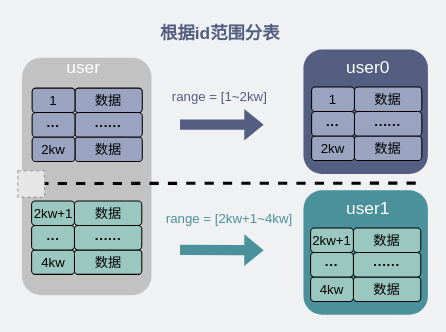
Above: network/根据id范围分表.drawio in xiaobaiTech/image (draw.io), before the change. Source tidied: cells renumbered, new cells numbered last; positions are measured from the earlier drawing's top-left corner, leaving out a move shared by most shapes. Both pictures are drawn from the tidied source at 102%, with x=0, y=0 at pixel (17, 17). Pictures stored in the file or linked from it are replaced by grey dashed boxes.
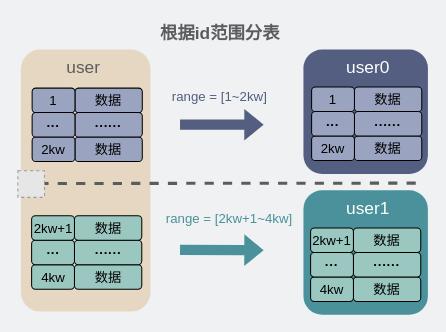
Above is the later version.

Commit message:
Update 根据id范围分表.drawio

What changed in the source:
```diff
@@
-    <mxCell id="4" style="rounded=1;whiteSpace=wrap;html=1;fillColor=#C2C2C2;strokeColor=none;fontSize=17;" parent="1" vertex="1">
-      <mxGeometry x="4" y="39" width="127" height="233" as="geometry" />
+    <mxCell id="4" style="rounded=1;whiteSpace=wrap;html=1;fillColor=#E6D7C2;strokeColor=none;fontSize=17;" parent="1" vertex="1">
+      <mxGeometry x="3" y="31" width="127" height="257" as="geometry" />
     </mxCell>
@@
-    <mxCell id="7" value="&lt;font color=&quot;#ffffff&quot; style=&quot;font-size: 17px;&quot;&gt;user&lt;/font&gt;" style="text;html=1;strokeColor=none;fillColor=none;align=center;verticalAlign=middle;whiteSpace=wrap;rounded=0;dashed=1;fontColor=#535E80;fontSize=17;" parent="1" vertex="1">
+    <mxCell id="7" value="&lt;font color=&quot;#5c5c5c&quot; style=&quot;font-size: 17px;&quot;&gt;user&lt;/font&gt;" style="text;html=1;strokeColor=none;fillColor=none;align=center;verticalAlign=middle;whiteSpace=wrap;rounded=0;dashed=1;fontColor=#535E80;fontSize=17;" parent="1" vertex="1">
       <mxGeometry x="36.5" y="39" width="55" height="22" as="geometry" />
     </mxCell>
-    <mxCell id="8" style="endArrow=none;dashed=1;html=1;rounded=0;strokeWidth=3;strokeColor=#000000;fontSize=17;" parent="1" edge="1">
+    <mxCell id="8" style="endArrow=none;dashed=1;html=1;rounded=0;strokeWidth=3;strokeColor=#5C5C5C;fontSize=17;" parent="1" edge="1">
       <mxGeometry relative="1" as="geometry">
         <mxPoint x="21.1" y="162.4" as="sourcePoint" />
         <mxPoint x="397" y="162" as="targetPoint" />
       </mxGeometry>
     </mxCell>
-    <mxCell id="9" value="&lt;font color=&quot;#535e80&quot;&gt;&lt;span style=&quot;font-size: 17px;&quot;&gt;&lt;b&gt;根据id范围分表&lt;/b&gt;&lt;/span&gt;&lt;/font&gt;" style="text;html=1;strokeColor=none;fillColor=none;align=center;verticalAlign=middle;whiteSpace=wrap;rounded=0;" parent="1" vertex="1">
+    <mxCell id="9" value="&lt;span style=&quot;font-size: 17px;&quot;&gt;&lt;b style=&quot;&quot;&gt;&lt;font color=&quot;#5c5c5c&quot;&gt;根据id范围分表&lt;/font&gt;&lt;/b&gt;&lt;/span&gt;" style="text;html=1;strokeColor=none;fillColor=none;align=center;verticalAlign=middle;whiteSpace=wrap;rounded=0;" parent="1" vertex="1">
       <mxGeometry x="136.5" width="123" height="31" as="geometry" />
     </mxCell>
@@
     <mxCell id="19" value="数据" style="rounded=1;whiteSpace=wrap;html=1;fillColor=#9AC7BF;strokeColor=default;fontColor=#000000;align=center;fontSize=13;" parent="1" vertex="1">
-      <mxGeometry x="55.5" y="227.5" width="66" height="24" as="geometry" />
+      <mxGeometry x="55.5" y="242" width="66" height="24" as="geometry" />
     </mxCell>
     <mxCell id="20" value="&lt;font style=&quot;font-size: 13px;&quot;&gt;4kw&lt;/font&gt;" style="rounded=1;whiteSpace=wrap;html=1;fillColor=#9AC7BF;strokeColor=default;fontColor=#000000;fontSize=13;" parent="1" vertex="1">
-      <mxGeometry x="13.5" y="227.5" width="42" height="24" as="geometry" />
+      <mxGeometry x="13.5" y="242" width="42" height="24" as="geometry" />
     </mxCell>
     <mxCell id="21" value="······" style="rounded=1;whiteSpace=wrap;html=1;fillColor=#9AC7BF;strokeColor=default;fontColor=#000000;align=center;fontSize=13;fontStyle=1;" parent="1" vertex="1">
-      <mxGeometry x="55.5" y="203.5" width="66" height="24" as="geometry" />
+      <mxGeometry x="55.5" y="218" width="66" height="24" as="geometry" />
     </mxCell>
     <mxCell id="22" value="&lt;font style=&quot;font-size: 13px;&quot;&gt;···&lt;/font&gt;" style="rounded=1;whiteSpace=wrap;html=1;fillColor=#9AC7BF;strokeColor=default;fontColor=#000000;fontSize=13;fontStyle=1;" parent="1" vertex="1">
-      <mxGeometry x="13.5" y="203.5" width="42" height="24" as="geometry" />
+      <mxGeometry x="13.5" y="218" width="42" height="24" as="geometry" />
     </mxCell>
     <mxCell id="23" value="数据" style="rounded=1;whiteSpace=wrap;html=1;fillColor=#9AC7BF;strokeColor=default;fontColor=#000000;align=center;fontSize=13;" parent="1" vertex="1">
-      <mxGeometry x="55.5" y="179.5" width="66" height="24" as="geometry" />
+      <mxGeometry x="55.5" y="194" width="66" height="24" as="geometry" />
     </mxCell>
     <mxCell id="24" value="2kw+1" style="rounded=1;whiteSpace=wrap;html=1;fillColor=#9AC7BF;strokeColor=default;fontColor=#000000;fontSize=13;" parent="1" vertex="1">
-      <mxGeometry x="13.5" y="179.5" width="42" height="24" as="geometry" />
+      <mxGeometry x="13.5" y="194" width="42" height="24" as="geometry" />
     </mxCell>
```
